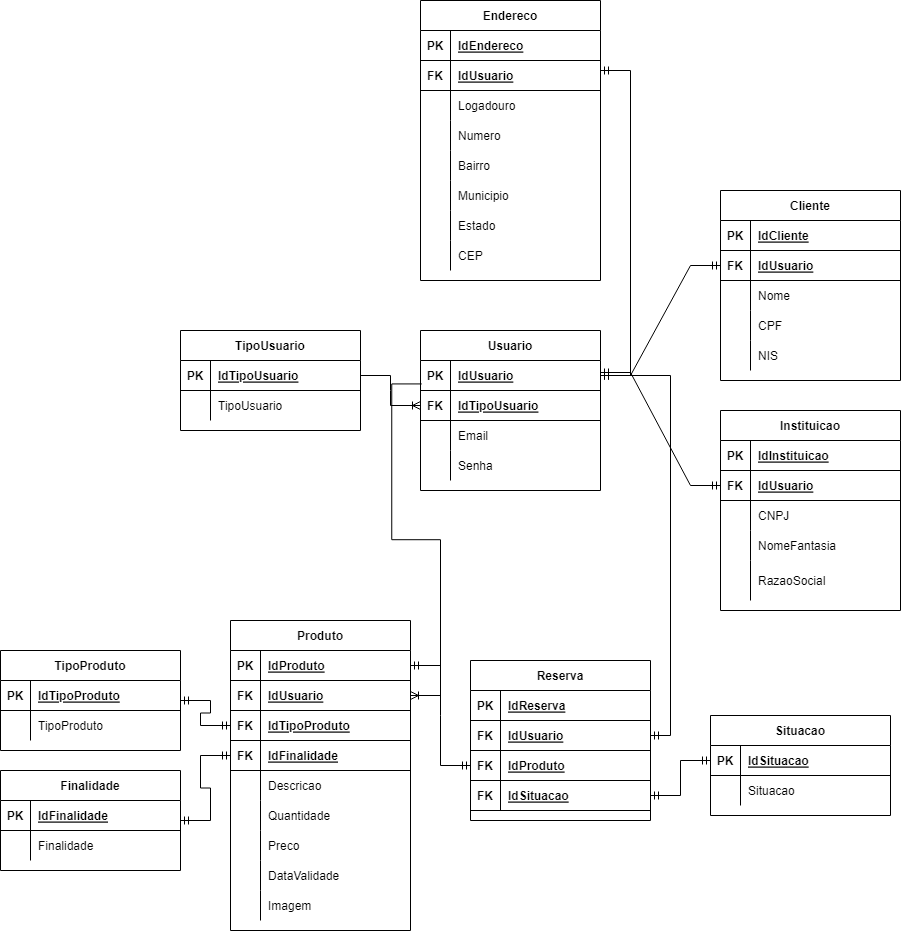
Above: Materiais/Modelagens/ModeloLogico.drawio.png in Leonardo-Souza-de-Castro/Projeto-Ofertas (draw.io), before the change. Source tidied: cells renumbered, new cells last; positions are measured from the earlier drawing's top-left corner, leaving out a move shared by most shapes.
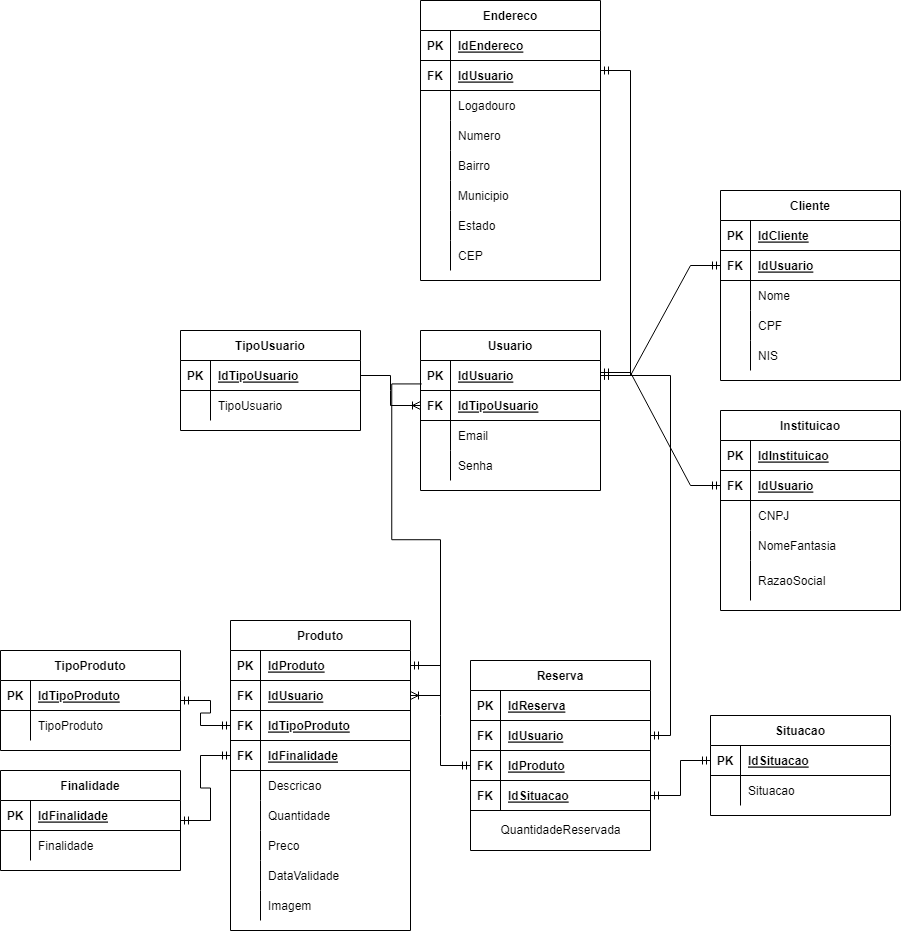
The same diagram one commit later.

What changed in the source:
```diff
@@ -360,7 +360,7 @@
       <mxGeometry x="30" width="150" height="30" as="geometry" />
     </mxCell>
     <mxCell id="121" value="Reserva" style="shape=table;startSize=30;rowLines=0;fontStyle=1;align=center;" parent="1" vertex="1">
-      <mxGeometry x="470" y="660" width="180" height="160" as="geometry" />
+      <mxGeometry x="470" y="660" width="180" height="190" as="geometry" />
     </mxCell>
     <mxCell id="122" style="shape=tableRow;horizontal=0;startSize=0;swimlaneHead=0;swimlaneBody=0;fillColor=none;top=0;left=0;right=0;bottom=1;" parent="121" vertex="1">
       <mxGeometry y="30" width="180" height="30" as="geometry" />
@@ -453,5 +453,8 @@
         <mxPoint x="180" y="700" as="sourcePoint" />
       </mxGeometry>
     </mxCell>
+    <mxCell id="151" value="QuantidadeReservada" style="text;html=1;align=center;verticalAlign=middle;strokeColor=none;fillColor=none;" parent="1" vertex="1">
+      <mxGeometry x="490" y="820" width="140" height="20" as="geometry" />
+    </mxCell>
   </root>
 </mxGraphModel>
```
